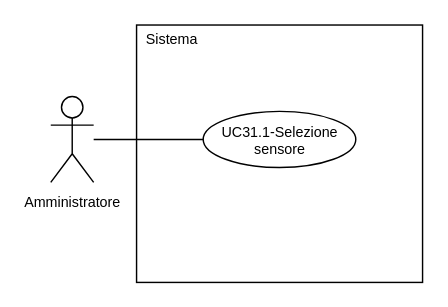
Before: 2-RTB/Analisi_dei_requisiti/draw.io/UC31.1.drawio in SnakeByteTeam/snakebyteteam.github.io, a draw.io diagram. Source tidied: cells renumbered, new cells numbered last; positions are measured from the earlier drawing's top-left corner, leaving out a move shared by most shapes. Both pictures are drawn from the tidied source at 143%, with x=0, y=0 at pixel (50, 24).
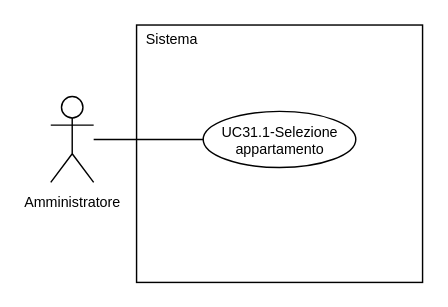
The same diagram, later.

Diff of the diagram source:
```diff
@@
 <mxGraphModel>
   <root>
     <mxCell id="0" />
     <mxCell id="1" parent="0" />
     <mxCell id="2" value="&lt;font style=&quot;font-size: 10px; line-height: 100%;&quot;&gt;Amministratore&lt;/font&gt;" style="shape=umlActor;verticalLabelPosition=bottom;verticalAlign=top;html=1;outlineConnect=0;" parent="1" vertex="1">
       <mxGeometry y="50" width="30" height="60" as="geometry" />
     </mxCell>
     <mxCell id="3" style="rounded=0;whiteSpace=wrap;html=1;" parent="1" vertex="1">
       <mxGeometry x="60" width="200" height="180" as="geometry" />
     </mxCell>
     <mxCell id="4" style="edgeStyle=orthogonalEdgeStyle;rounded=0;jettySize=auto;html=1;exitX=0;exitY=0.5;exitDx=0;exitDy=0;endArrow=none;endFill=0;" parent="1" edge="1" source="5" target="2">
       <mxGeometry relative="1" as="geometry" />
     </mxCell>
-    <mxCell id="5" value="&lt;div style=&quot;line-height: 100%;&quot;&gt;&lt;font style=&quot;line-height: 100%; font-size: 10px;&quot;&gt;UC31.1-Selezione&lt;/font&gt;&lt;/div&gt;&lt;div style=&quot;line-height: 100%;&quot;&gt;&lt;font style=&quot;line-height: 100%; font-size: 10px;&quot;&gt;sensore&lt;/font&gt;&lt;/div&gt;" style="ellipse;whiteSpace=wrap;html=1;" parent="1" vertex="1">
+    <mxCell id="5" value="&lt;div style=&quot;line-height: 100%;&quot;&gt;&lt;font style=&quot;line-height: 100%; font-size: 10px;&quot;&gt;UC31.1-Selezione&lt;/font&gt;&lt;/div&gt;&lt;div style=&quot;line-height: 100%;&quot;&gt;&lt;font style=&quot;line-height: 100%; font-size: 10px;&quot;&gt;appartamento&lt;/font&gt;&lt;/div&gt;" style="ellipse;whiteSpace=wrap;html=1;" parent="1" vertex="1">
       <mxGeometry x="106.6" y="60.4" width="106.7" height="39.2" as="geometry" />
     </mxCell>
     <mxCell id="6" value="&lt;font style=&quot;font-size: 10px;&quot;&gt;Sistema&lt;/font&gt;" style="text;html=1;whiteSpace=wrap;strokeColor=none;fillColor=none;align=center;verticalAlign=middle;rounded=0;" parent="1" vertex="1">
       <mxGeometry x="60" width="50" height="20" as="geometry" />
     </mxCell>
   </root>
 </mxGraphModel>
```
